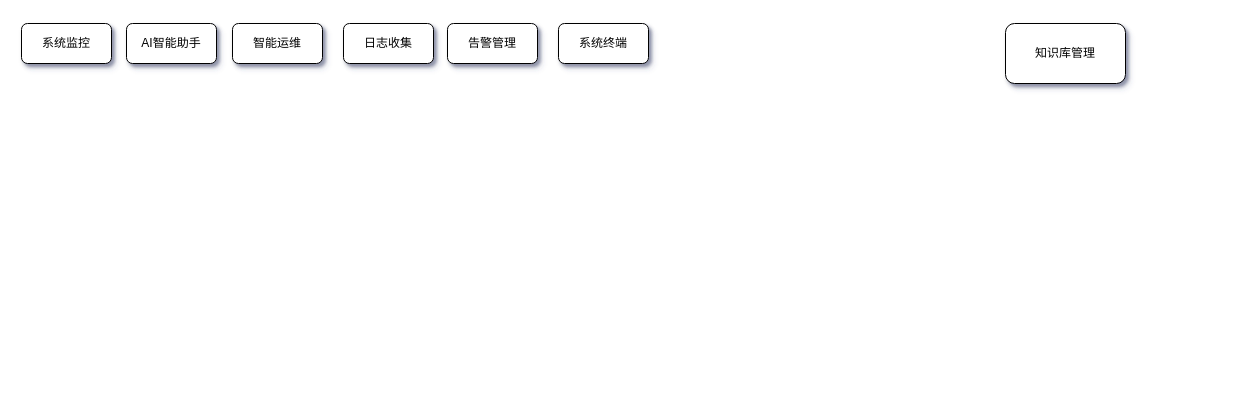
Before: 麒麟功能总览图.drawio in dcxz187/dcxz, a draw.io diagram. Source tidied: cells renumbered, new cells numbered last; positions are measured from the earlier drawing's top-left corner, leaving out a move shared by most shapes. Both pictures are drawn from the tidied source at 100%, with x=0, y=0 at pixel (21, 23).
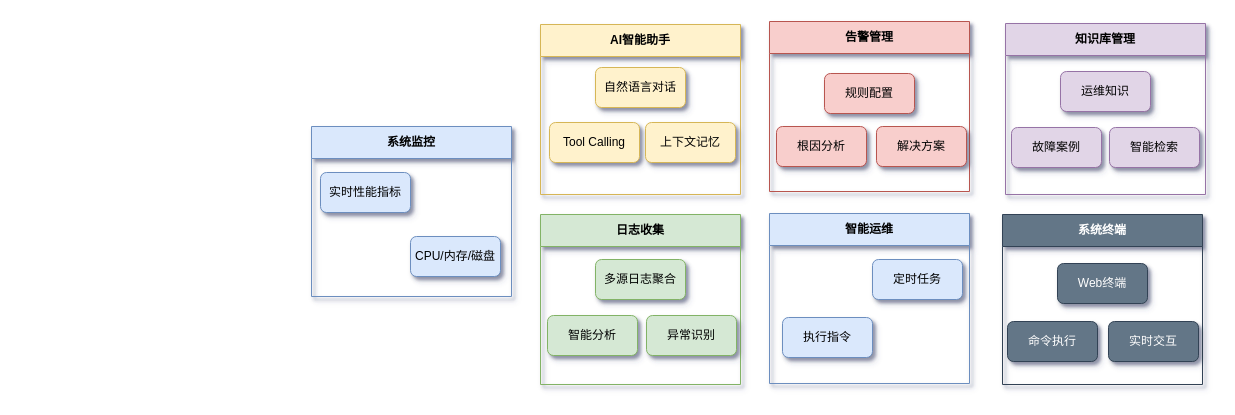
Above is the later version.

Commit message (it also covers changes not shown here):
更新麒麟功能总览图.drawio

Diff of the diagram source:
```diff
@@
+    <mxCell id="9" value="系统监控" style="swimlane;whiteSpace=wrap;html=1;shadow=1;startSize=32;swimlaneLine=1;fillColor=#dae8fc;strokeColor=#6c8ebf;" parent="1" vertex="1">
+      <mxGeometry x="290" y="103" width="200" height="170" as="geometry" />
+    </mxCell>
+    <mxCell id="8" value="实时性能指标" style="rounded=1;whiteSpace=wrap;html=1;shadow=1;fillColor=#dae8fc;strokeColor=#6c8ebf;" parent="9" vertex="1">
+      <mxGeometry x="9" y="46" width="90" height="40" as="geometry" />
+    </mxCell>
-    <mxCell id="2" value="AI智能助手" style="rounded=1;whiteSpace=wrap;html=1;shadow=1;" parent="1" vertex="1">
-      <mxGeometry x="105" width="90" height="40" as="geometry" />
+    <mxCell id="2" value="CPU/内存/磁盘" style="rounded=1;whiteSpace=wrap;html=1;shadow=1;fillColor=#dae8fc;strokeColor=#6c8ebf;" parent="9" vertex="1">
+      <mxGeometry x="99" y="110" width="90" height="40" as="geometry" />
     </mxCell>
+    <mxCell id="10" value="AI智能助手" style="swimlane;whiteSpace=wrap;html=1;shadow=1;startSize=32;fillColor=#fff2cc;strokeColor=#d6b656;" parent="1" vertex="1">
+      <mxGeometry x="519" y="1" width="200" height="170" as="geometry" />
+    </mxCell>
+    <mxCell id="11" value="自然语言对话" style="rounded=1;whiteSpace=wrap;html=1;shadow=1;fillColor=#fff2cc;strokeColor=#d6b656;" parent="10" vertex="1">
+      <mxGeometry x="55" y="43" width="90" height="40" as="geometry" />
+    </mxCell>
+    <mxCell id="12" value="Tool Calling" style="rounded=1;whiteSpace=wrap;html=1;shadow=1;fillColor=#fff2cc;strokeColor=#d6b656;" parent="10" vertex="1">
+      <mxGeometry x="9" y="98" width="90" height="40" as="geometry" />
+    </mxCell>
+    <mxCell id="7" value="上下文记忆" style="rounded=1;whiteSpace=wrap;html=1;shadow=1;fillColor=#fff2cc;strokeColor=#d6b656;" parent="10" vertex="1">
+      <mxGeometry x="105" y="98" width="90" height="40" as="geometry" />
+    </mxCell>
+    <mxCell id="13" value="日志收集" style="swimlane;whiteSpace=wrap;html=1;shadow=1;startSize=32;fillColor=#d5e8d4;strokeColor=#82b366;" parent="1" vertex="1">
+      <mxGeometry x="519" y="191" width="200" height="170" as="geometry" />
+    </mxCell>
+    <mxCell id="14" value="多源日志聚合" style="rounded=1;whiteSpace=wrap;html=1;shadow=1;fillColor=#d5e8d4;strokeColor=#82b366;" parent="13" vertex="1">
+      <mxGeometry x="55" y="45" width="90" height="40" as="geometry" />
+    </mxCell>
+    <mxCell id="15" value="智能分析" style="rounded=1;whiteSpace=wrap;html=1;shadow=1;fillColor=#d5e8d4;strokeColor=#82b366;" parent="13" vertex="1">
+      <mxGeometry x="7" y="101" width="90" height="40" as="geometry" />
+    </mxCell>
-    <mxCell id="3" value="日志收集" style="rounded=1;whiteSpace=wrap;html=1;shadow=1;" parent="1" vertex="1">
-      <mxGeometry x="322" width="90" height="40" as="geometry" />
+    <mxCell id="3" value="异常识别" style="rounded=1;whiteSpace=wrap;html=1;shadow=1;fillColor=#d5e8d4;strokeColor=#82b366;" parent="13" vertex="1">
+      <mxGeometry x="106" y="101" width="90" height="40" as="geometry" />
     </mxCell>
+    <mxCell id="16" value="告警管理" style="swimlane;whiteSpace=wrap;html=1;shadow=1;startSize=32;fillColor=#f8cecc;strokeColor=#b85450;" parent="1" vertex="1">
+      <mxGeometry x="748" y="-2" width="200" height="170" as="geometry" />
+    </mxCell>
+    <mxCell id="17" value="规则配置" style="rounded=1;whiteSpace=wrap;html=1;shadow=1;fillColor=#f8cecc;strokeColor=#b85450;" parent="16" vertex="1">
+      <mxGeometry x="55" y="52" width="90" height="40" as="geometry" />
+    </mxCell>
+    <mxCell id="18" value="根因分析" style="rounded=1;whiteSpace=wrap;html=1;shadow=1;fillColor=#f8cecc;strokeColor=#b85450;" parent="16" vertex="1">
+      <mxGeometry x="7" y="105" width="90" height="40" as="geometry" />
+    </mxCell>
-    <mxCell id="4" value="告警管理" style="rounded=1;whiteSpace=wrap;html=1;shadow=1;" parent="1" vertex="1">
-      <mxGeometry x="426" width="90" height="40" as="geometry" />
+    <mxCell id="4" value="解决方案" style="rounded=1;whiteSpace=wrap;html=1;shadow=1;fillColor=#f8cecc;strokeColor=#b85450;" parent="16" vertex="1">
+      <mxGeometry x="107" y="105" width="90" height="40" as="geometry" />
     </mxCell>
-    <mxCell id="5" value="知识库管理" style="rounded=1;whiteSpace=wrap;html=1;shadow=1;" parent="1" vertex="1">
-      <mxGeometry x="984" width="120" height="60" as="geometry" />
+    <mxCell id="5" value="知识库管理" style="swimlane;whiteSpace=wrap;html=1;shadow=1;startSize=32;fillColor=#e1d5e7;strokeColor=#9673a6;" parent="1" vertex="1">
+      <mxGeometry x="984" width="200" height="171" as="geometry" />
     </mxCell>
+    <mxCell id="19" value="运维知识" style="rounded=1;whiteSpace=wrap;html=1;shadow=1;fillColor=#e1d5e7;strokeColor=#9673a6;" parent="5" vertex="1">
+      <mxGeometry x="55" y="48" width="90" height="40" as="geometry" />
+    </mxCell>
+    <mxCell id="20" value="故障案例" style="rounded=1;whiteSpace=wrap;html=1;shadow=1;fillColor=#e1d5e7;strokeColor=#9673a6;" parent="5" vertex="1">
+      <mxGeometry x="6" y="104" width="90" height="40" as="geometry" />
+    </mxCell>
+    <mxCell id="21" value="智能检索" style="rounded=1;whiteSpace=wrap;html=1;shadow=1;fillColor=#e1d5e7;strokeColor=#9673a6;" parent="5" vertex="1">
+      <mxGeometry x="104" y="104" width="90" height="40" as="geometry" />
+    </mxCell>
+    <mxCell id="22" value="智能运维" style="swimlane;whiteSpace=wrap;html=1;shadow=1;startSize=32;fillColor=#dae8fc;strokeColor=#6c8ebf;" parent="1" vertex="1">
+      <mxGeometry x="748" y="190" width="200" height="170" as="geometry" />
+    </mxCell>
+    <mxCell id="23" value="定时任务" style="rounded=1;whiteSpace=wrap;html=1;shadow=1;fillColor=#dae8fc;strokeColor=#6c8ebf;" parent="22" vertex="1">
+      <mxGeometry x="103" y="46" width="90" height="40" as="geometry" />
+    </mxCell>
+    <mxCell id="24" value="执行指令" style="rounded=1;whiteSpace=wrap;html=1;shadow=1;fillColor=#dae8fc;strokeColor=#6c8ebf;" parent="22" vertex="1">
+      <mxGeometry x="13" y="104" width="90" height="40" as="geometry" />
+    </mxCell>
+    <mxCell id="25" value="系统终端" style="swimlane;whiteSpace=wrap;html=1;shadow=1;startSize=32;fillColor=#647687;fontColor=#ffffff;strokeColor=#314354;" parent="1" vertex="1">
+      <mxGeometry x="981" y="191" width="200" height="170" as="geometry" />
+    </mxCell>
+    <mxCell id="26" value="Web终端" style="rounded=1;whiteSpace=wrap;html=1;shadow=1;fillColor=#647687;fontColor=#ffffff;strokeColor=#314354;" parent="25" vertex="1">
+      <mxGeometry x="55" y="49" width="90" height="40" as="geometry" />
+    </mxCell>
+    <mxCell id="27" value="命令执行" style="rounded=1;whiteSpace=wrap;html=1;shadow=1;fillColor=#647687;fontColor=#ffffff;strokeColor=#314354;" parent="25" vertex="1">
+      <mxGeometry x="5" y="107" width="90" height="40" as="geometry" />
+    </mxCell>
-    <mxCell id="6" value="系统终端" style="rounded=1;whiteSpace=wrap;html=1;shadow=1;" parent="1" vertex="1">
-      <mxGeometry x="537" width="90" height="40" as="geometry" />
+    <mxCell id="6" value="实时交互" style="rounded=1;whiteSpace=wrap;html=1;shadow=1;fillColor=#647687;fontColor=#ffffff;strokeColor=#314354;" parent="25" vertex="1">
+      <mxGeometry x="106" y="107" width="90" height="40" as="geometry" />
     </mxCell>
-    <mxCell id="7" value="智能运维" style="rounded=1;whiteSpace=wrap;html=1;shadow=1;" parent="1" vertex="1">
-      <mxGeometry x="211" width="90" height="40" as="geometry" />
-    </mxCell>
-    <mxCell id="8" value="系统监控" style="rounded=1;whiteSpace=wrap;html=1;shadow=1;" parent="1" vertex="1">
-      <mxGeometry width="90" height="40" as="geometry" />
-    </mxCell>
```
